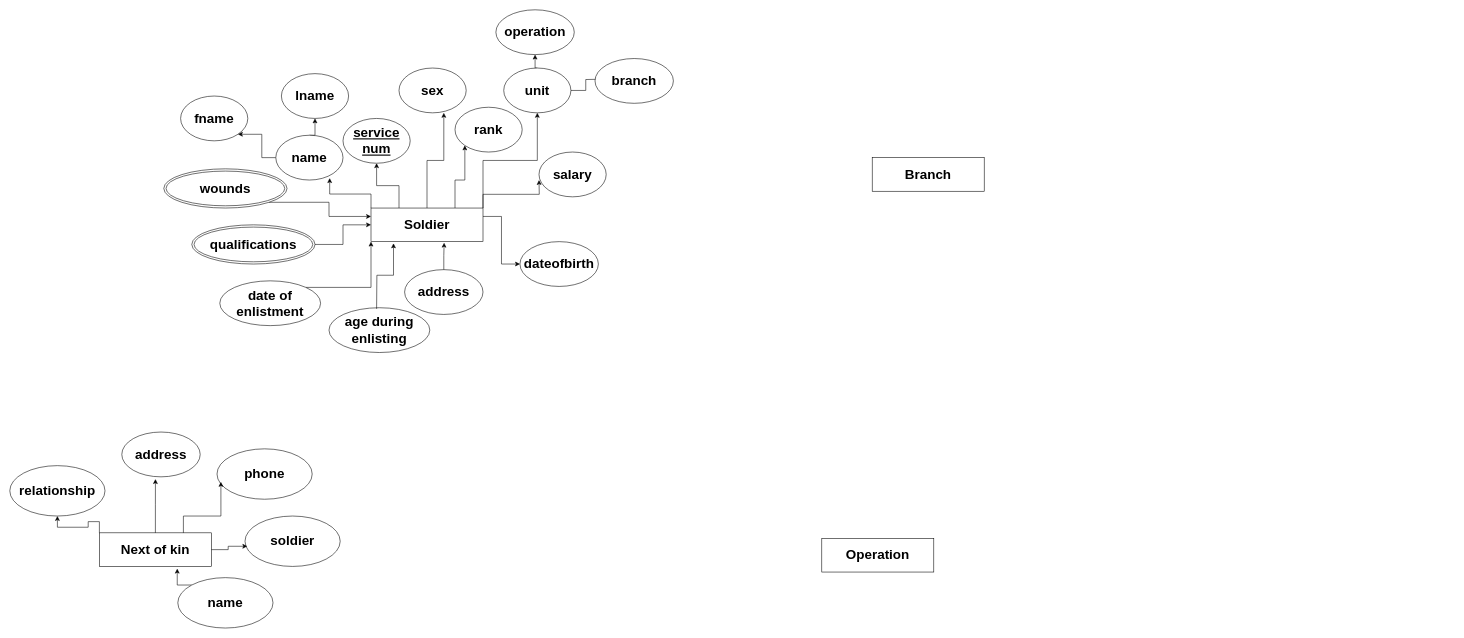
Earlier version of the draw.io diagram ER_diagram.drawio (powerm9/InfoManCa). Source tidied: cells renumbered, new cells numbered last; positions are measured from the earlier drawing's top-left corner, leaving out a move shared by most shapes. Both pictures are drawn from the tidied source at 56%, with x=0, y=0 at pixel (10, 10).
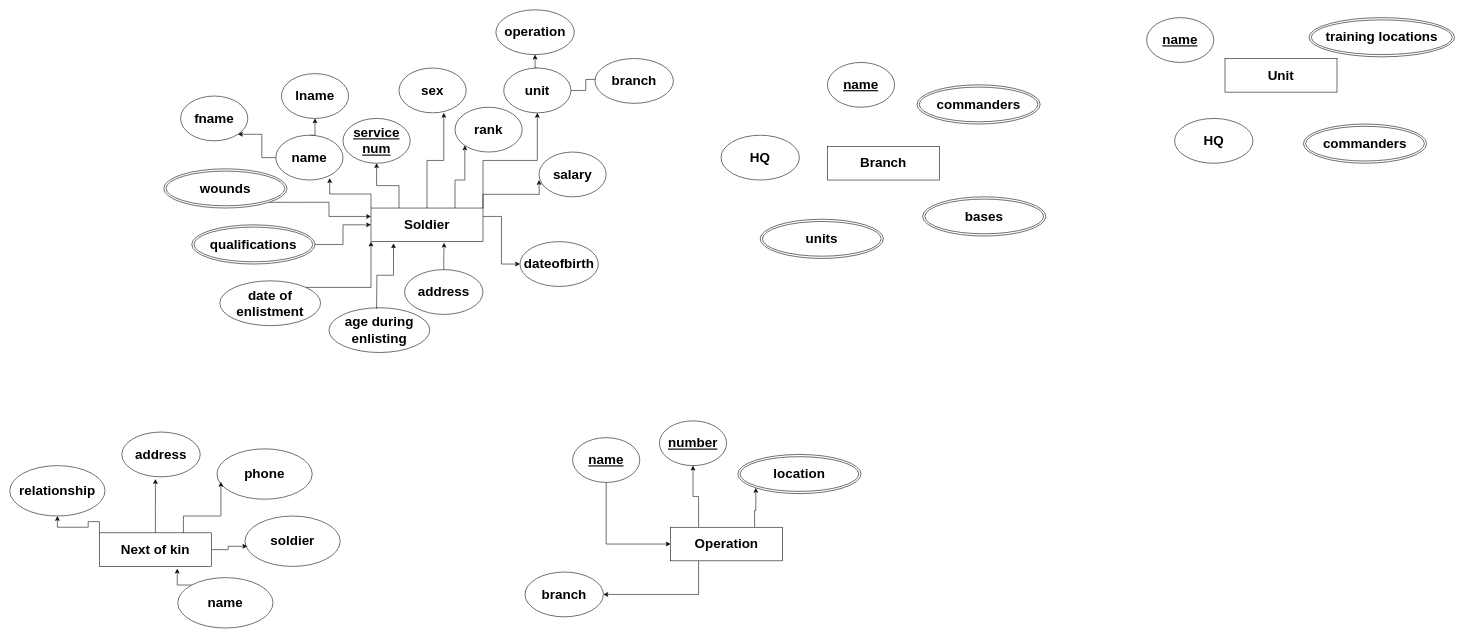
The same page after the edit.

The edit, as a diff of the source:
```diff
@@
     <mxCell id="8" value="&lt;h1&gt;Branch&lt;br&gt;&lt;/h1&gt;" style="rounded=0;whiteSpace=wrap;html=1;" parent="1" vertex="1">
-      <mxGeometry x="1540" y="264" width="200" height="60" as="geometry" />
+      <mxGeometry x="1460" y="244" width="200" height="60" as="geometry" />
     </mxCell>
@@
+    <mxCell id="49" style="edgeStyle=orthogonalEdgeStyle;rounded=0;jettySize=auto;html=1;exitX=0.25;exitY=0;exitDx=0;exitDy=0;entryX=0.5;entryY=1;entryDx=0;entryDy=0;" parent="1" edge="1" source="11" target="54">
+      <mxGeometry relative="1" as="geometry" />
+    </mxCell>
+    <mxCell id="50" style="edgeStyle=orthogonalEdgeStyle;rounded=0;jettySize=auto;html=1;exitX=0.75;exitY=0;exitDx=0;exitDy=0;entryX=0;entryY=1;entryDx=0;entryDy=0;" parent="1" edge="1" source="11" target="55">
+      <mxGeometry relative="1" as="geometry" />
+    </mxCell>
+    <mxCell id="51" style="edgeStyle=orthogonalEdgeStyle;rounded=0;jettySize=auto;html=1;exitX=0.25;exitY=1;exitDx=0;exitDy=0;entryX=1;entryY=0.5;entryDx=0;entryDy=0;" parent="1" edge="1" source="11" target="56">
+      <mxGeometry relative="1" as="geometry" />
+    </mxCell>
     <mxCell id="11" value="&lt;h1&gt;Operation&lt;br&gt;&lt;/h1&gt;" style="rounded=0;whiteSpace=wrap;html=1;" parent="1" vertex="1">
-      <mxGeometry x="1450" y="944" width="200" height="60" as="geometry" />
+      <mxGeometry x="1180" y="924" width="200" height="60" as="geometry" />
     </mxCell>
@@
+    <mxCell id="52" style="edgeStyle=orthogonalEdgeStyle;rounded=0;jettySize=auto;html=1;exitX=0.5;exitY=1;exitDx=0;exitDy=0;entryX=0;entryY=0.5;entryDx=0;entryDy=0;" parent="1" edge="1" source="53" target="11">
+      <mxGeometry relative="1" as="geometry" />
+    </mxCell>
+    <mxCell id="53" value="&lt;h1&gt;&lt;u&gt;name&lt;br&gt;&lt;/u&gt;&lt;/h1&gt;" style="ellipse;whiteSpace=wrap;html=1;" parent="1" vertex="1">
+      <mxGeometry x="1005" y="764" width="120" height="80" as="geometry" />
+    </mxCell>
+    <mxCell id="54" value="&lt;h1&gt;&lt;u&gt;number&lt;br&gt;&lt;/u&gt;&lt;/h1&gt;" style="ellipse;whiteSpace=wrap;html=1;" parent="1" vertex="1">
+      <mxGeometry x="1160" y="734" width="120" height="80" as="geometry" />
+    </mxCell>
+    <mxCell id="55" value="&lt;h1&gt;location&lt;/h1&gt;" style="ellipse;shape=doubleEllipse;whiteSpace=wrap;html=1;" parent="1" vertex="1">
+      <mxGeometry x="1300" y="794" width="220" height="70" as="geometry" />
+    </mxCell>
+    <mxCell id="56" value="&lt;h1&gt;branch&lt;br&gt;&lt;/h1&gt;" style="ellipse;whiteSpace=wrap;html=1;" parent="1" vertex="1">
+      <mxGeometry x="920" y="1004" width="140" height="80" as="geometry" />
+    </mxCell>
+    <mxCell id="57" value="&lt;h1&gt;&lt;u&gt;name&lt;br&gt;&lt;/u&gt;&lt;/h1&gt;" style="ellipse;whiteSpace=wrap;html=1;" parent="1" vertex="1">
+      <mxGeometry x="1460" y="94" width="120" height="80" as="geometry" />
+    </mxCell>
+    <mxCell id="58" value="&lt;h1&gt;HQ&lt;br&gt;&lt;/h1&gt;" style="ellipse;whiteSpace=wrap;html=1;" parent="1" vertex="1">
+      <mxGeometry x="1270" y="224" width="140" height="80" as="geometry" />
+    </mxCell>
+    <mxCell id="59" value="&lt;h1&gt;units&lt;br&gt;&lt;/h1&gt;" style="ellipse;shape=doubleEllipse;whiteSpace=wrap;html=1;" parent="1" vertex="1">
+      <mxGeometry x="1340" y="374" width="220" height="70" as="geometry" />
+    </mxCell>
+    <mxCell id="60" value="&lt;h1&gt;Unit&lt;br&gt;&lt;/h1&gt;" style="rounded=0;whiteSpace=wrap;html=1;" parent="1" vertex="1">
+      <mxGeometry x="2170" y="87" width="200" height="60" as="geometry" />
+    </mxCell>
+    <mxCell id="61" value="&lt;h1&gt;commanders&lt;br&gt;&lt;/h1&gt;" style="ellipse;shape=doubleEllipse;whiteSpace=wrap;html=1;" parent="1" vertex="1">
+      <mxGeometry x="1620" y="134" width="220" height="70" as="geometry" />
+    </mxCell>
+    <mxCell id="62" value="&lt;h1&gt;HQ&lt;br&gt;&lt;/h1&gt;" style="ellipse;whiteSpace=wrap;html=1;" parent="1" vertex="1">
+      <mxGeometry x="2080" y="194" width="140" height="80" as="geometry" />
+    </mxCell>
+    <mxCell id="63" value="&lt;h1&gt;commanders&lt;br&gt;&lt;/h1&gt;" style="ellipse;shape=doubleEllipse;whiteSpace=wrap;html=1;" parent="1" vertex="1">
+      <mxGeometry x="2310" y="204" width="220" height="70" as="geometry" />
+    </mxCell>
+    <mxCell id="64" value="&lt;h1&gt;&lt;u&gt;name&lt;br&gt;&lt;/u&gt;&lt;/h1&gt;" style="ellipse;whiteSpace=wrap;html=1;" parent="1" vertex="1">
+      <mxGeometry x="2030" y="14" width="120" height="80" as="geometry" />
+    </mxCell>
+    <mxCell id="65" value="&lt;h1&gt;training locations&lt;br&gt;&lt;/h1&gt;" style="ellipse;shape=doubleEllipse;whiteSpace=wrap;html=1;" parent="1" vertex="1">
+      <mxGeometry x="2320" y="14" width="260" height="70" as="geometry" />
+    </mxCell>
+    <mxCell id="66" value="&lt;h1&gt;bases&lt;br&gt;&lt;/h1&gt;" style="ellipse;shape=doubleEllipse;whiteSpace=wrap;html=1;" parent="1" vertex="1">
+      <mxGeometry x="1630" y="334" width="220" height="70" as="geometry" />
+    </mxCell>
```
